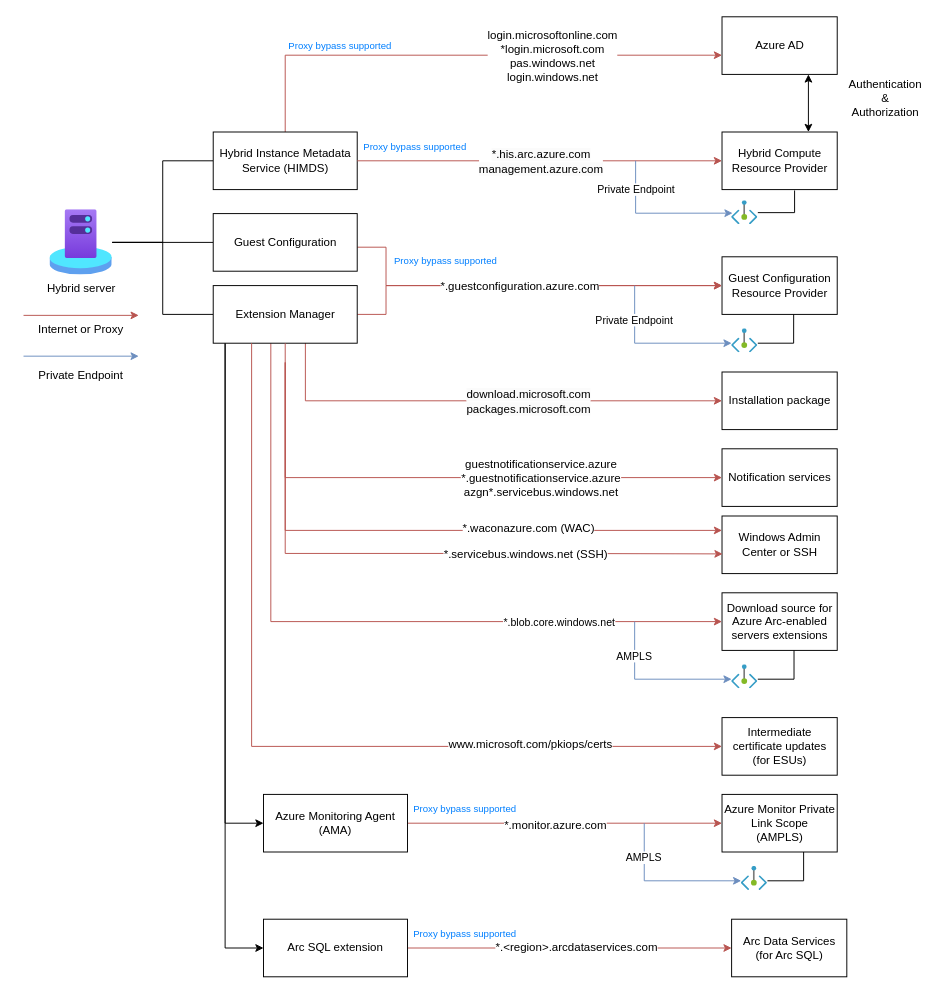
Above: page "Arc-enabled server network flows" (2 of 2) of resources/myTerraform.drawio in SmithMMTK/sandbox (draw.io), before the change. Source tidied: cells renumbered, new cells numbered last; positions are measured from the earlier drawing's top-left corner, leaving out a move shared by most shapes. Both pictures are drawn from the tidied source at 96%, with x=0, y=0 at pixel (23, 16).
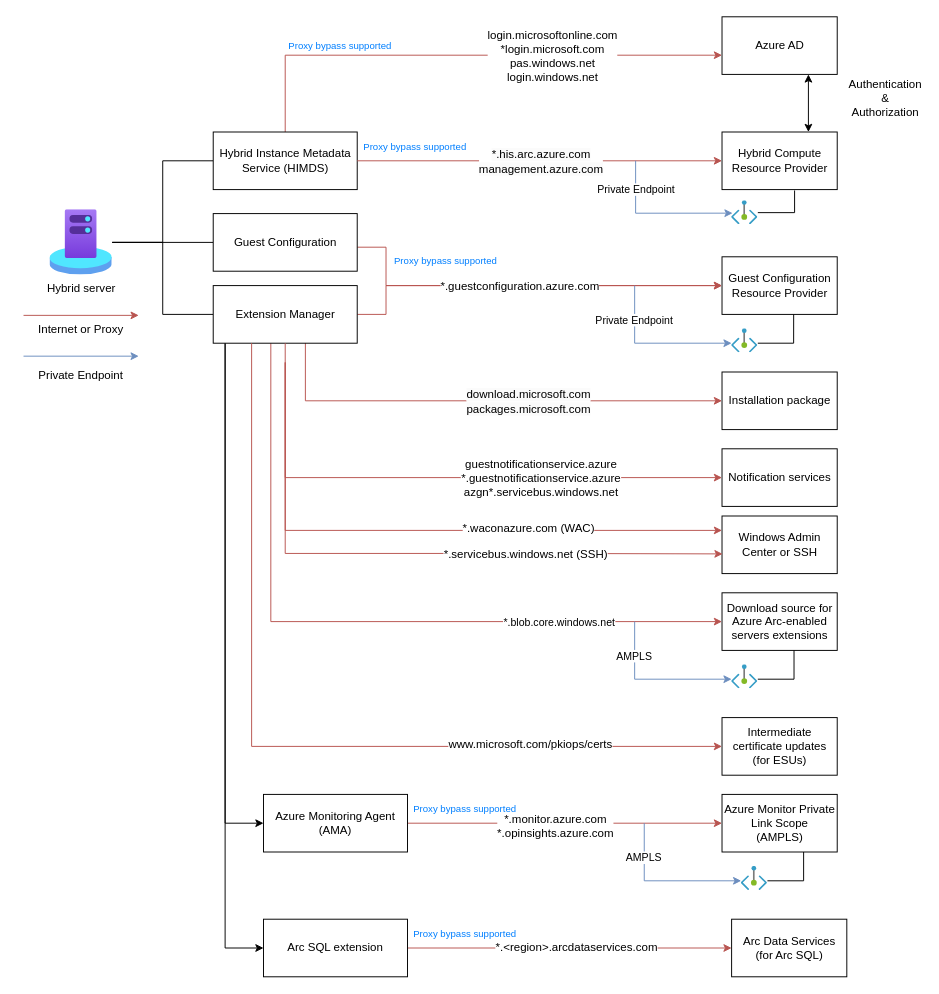
The same diagram, later.

Unchanged cells that the change refers to:
```xml
<mxCell id="58" style="edgeStyle=orthogonalEdgeStyle;rounded=0;jettySize=auto;html=1;entryX=0;entryY=0.5;entryDx=0;entryDy=0;fillColor=#f8cecc;strokeColor=#b85450;" parent="1" edge="1" source="60" target="57">
  <mxGeometry relative="1" as="geometry" />
</mxCell>
```

Diff of the diagram source:
```diff
@@
-    <mxCell id="59" value="*.monitor.azure.com" style="edgeLabel;html=1;align=center;verticalAlign=middle;fontSize=12;" parent="58" vertex="1">
+    <mxCell id="59" value="*.monitor.azure.com&lt;br&gt;*.opinsights.azure.com" style="edgeLabel;html=1;align=center;verticalAlign=middle;fontSize=12;" parent="58" vertex="1">
       <mxGeometry x="-0.07" y="-2" relative="1" as="geometry">
         <mxPoint x="1" as="offset" />
       </mxGeometry>
     </mxCell>
```
